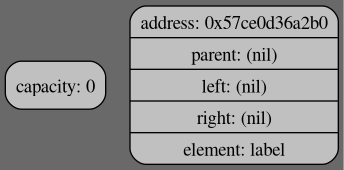
The Graphviz diagram dotfile.png in demagogen/akinator, before a commit. Its source is kept beside it as dotfile.gv.
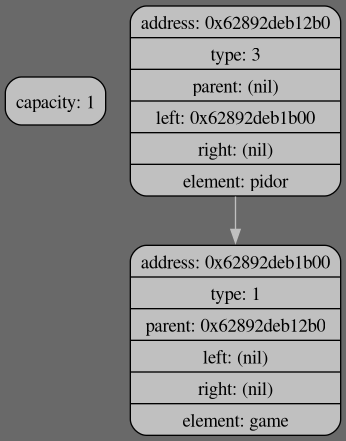
Later version of the same file.

Commit message:
working game

Change to the diagram source:
```diff
@@ -1,7 +1,10 @@
 digraph {bgcolor="#696969" rankdir = TB
-Info[shape=Mrecord,style=filled,fillcolor="grey",label="capacity: 0",fontcolor = "black",fontsize = 14];
+Info[shape=Mrecord,style=filled,fillcolor="grey",label="capacity: 1",fontcolor = "black",fontsize = 14];
 
-node0[shape=Mrecord, style=filled, fillcolor="grey", label=" {address: 0x5bd0e87482b0 | parent: (nil) | left:   (nil) | right:  (nil) | element: label}"];
+node0[shape=Mrecord, style=filled, fillcolor="grey", label=" {address: 0x62892deb12b0 | type:   3 | parent: (nil) | left:   0x62892deb1b00 | right:  (nil) | element: pidor}"];
+
+node0->node1[color = "grey"];
+node1[shape=Mrecord, style=filled, fillcolor="grey", label=" {address: 0x62892deb1b00 | type:   1 | parent: 0x62892deb12b0 | left:   (nil) | right:  (nil) | element: game}"];
 
 
 }
```
